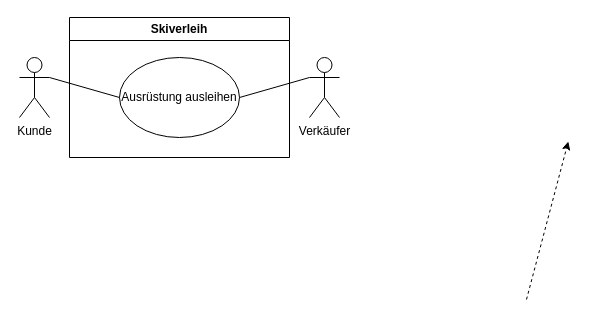
ferreric/ffhs_swem keeps this draw.io diagram as actors.drawio. Above is the earlier version. Source tidied: cells renumbered, new cells numbered last; positions are measured from the earlier drawing's top-left corner, leaving out a move shared by most shapes. Both pictures are drawn from the tidied source at 100%, with x=0, y=0 at pixel (19, 17).
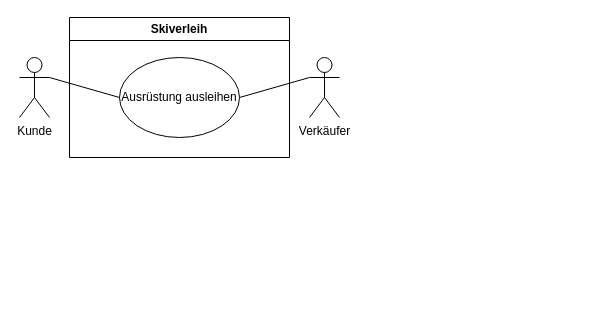
After the change.

Change to the diagram source:
```diff
@@
 <mxGraphModel>
   <root>
     <mxCell id="0" />
     <mxCell id="1" parent="0" />
     <mxCell id="2" value="Kunde" style="shape=umlActor;verticalLabelPosition=bottom;verticalAlign=top;html=1;outlineConnect=0;" parent="1" vertex="1">
       <mxGeometry y="40" width="30" height="60" as="geometry" />
     </mxCell>
     <mxCell id="3" value="Skiverleih" style="swimlane;whiteSpace=wrap;html=1;" parent="1" vertex="1">
       <mxGeometry x="50" width="220" height="140" as="geometry" />
     </mxCell>
     <mxCell id="4" value="Ausrüstung ausleihen" style="ellipse;whiteSpace=wrap;html=1;" parent="3" vertex="1">
       <mxGeometry x="50" y="40" width="120" height="80" as="geometry" />
     </mxCell>
-    <mxCell id="5" style="endArrow=classic;html=1;rounded=0;dashed=1;entryX=0.45;entryY=1.05;entryDx=0;entryDy=0;entryPerimeter=0;exitX=0.5;exitY=0;exitDx=0;exitDy=0;" parent="3" edge="1">
-      <mxGeometry relative="1" as="geometry">
-        <mxPoint x="457" y="282" as="sourcePoint" />
-        <mxPoint x="498.8" y="124" as="targetPoint" />
-      </mxGeometry>
-    </mxCell>
     <mxCell id="6" value="Verkäufer" style="shape=umlActor;verticalLabelPosition=bottom;verticalAlign=top;html=1;outlineConnect=0;" parent="1" vertex="1">
       <mxGeometry x="290" y="40" width="30" height="60" as="geometry" />
     </mxCell>
     <mxCell id="7" style="endArrow=none;html=1;rounded=0;entryX=0;entryY=0.5;entryDx=0;entryDy=0;exitX=1;exitY=0.3333333333333333;exitDx=0;exitDy=0;exitPerimeter=0;" parent="1" edge="1" source="2" target="4">
       <mxGeometry relative="1" as="geometry" />
     </mxCell>
     <mxCell id="8" style="endArrow=none;html=1;rounded=0;entryX=0;entryY=0.3333333333333333;entryDx=0;entryDy=0;entryPerimeter=0;exitX=1;exitY=0.5;exitDx=0;exitDy=0;" parent="1" edge="1" source="4" target="6">
       <mxGeometry relative="1" as="geometry" />
     </mxCell>
   </root>
 </mxGraphModel>
```
